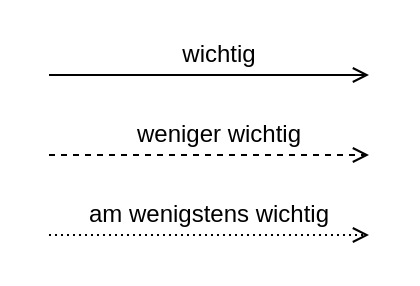
HerrLoesch/UMLite keeps this draw.io diagram as page "Linientypen" (3 of 5) of images/rawimages/general-elements.drawio. Above is the earlier version. Source tidied: cells renumbered, new cells numbered last; positions are measured from the earlier drawing's top-left corner, leaving out a move shared by most shapes. Both pictures are drawn from the tidied source at 200%, with x=0, y=0 at pixel (48, 34).
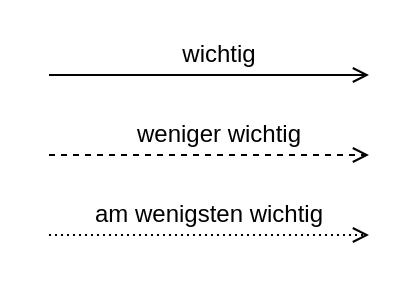
Above is the later version.

Change to the diagram source:
```diff
@@
 <mxGraphModel>
   <root>
     <mxCell id="0" />
     <mxCell id="1" parent="0" />
     <mxCell id="2" style="edgeStyle=none;html=1;endArrow=open;endFill=0;dashed=1;" parent="1" edge="1">
       <mxGeometry relative="1" as="geometry">
         <mxPoint y="60" as="sourcePoint" />
         <mxPoint x="160" y="60" as="targetPoint" />
       </mxGeometry>
     </mxCell>
     <mxCell id="3" style="edgeStyle=none;html=1;endArrow=open;endFill=0;dashed=1;dashPattern=1 2;" parent="1" edge="1">
       <mxGeometry relative="1" as="geometry">
         <mxPoint y="100" as="sourcePoint" />
         <mxPoint x="160" y="100" as="targetPoint" />
       </mxGeometry>
     </mxCell>
     <mxCell id="4" style="edgeStyle=none;html=1;endArrow=open;endFill=0;" parent="1" edge="1">
       <mxGeometry relative="1" as="geometry">
         <mxPoint y="20" as="sourcePoint" />
         <mxPoint x="160" y="20" as="targetPoint" />
       </mxGeometry>
     </mxCell>
     <mxCell id="5" value="wichtig" style="text;html=1;align=center;verticalAlign=middle;strokeColor=none;fillColor=none;" parent="1" vertex="1">
       <mxGeometry x="60" width="50" height="20" as="geometry" />
     </mxCell>
     <mxCell id="6" value="weniger wichtig" style="text;html=1;align=center;verticalAlign=middle;strokeColor=none;fillColor=none;" parent="1" vertex="1">
       <mxGeometry x="35" y="40" width="100" height="20" as="geometry" />
     </mxCell>
-    <mxCell id="7" value="am wenigstens wichtig" style="text;html=1;align=center;verticalAlign=middle;strokeColor=none;fillColor=none;" parent="1" vertex="1">
-      <mxGeometry x="10" y="80" width="140" height="20" as="geometry" />
+    <mxCell id="7" value="am wenigsten wichtig" style="text;html=1;align=center;verticalAlign=middle;strokeColor=none;fillColor=none;" parent="1" vertex="1">
+      <mxGeometry x="18" y="81" width="124" height="18" as="geometry" />
     </mxCell>
   </root>
 </mxGraphModel>
```
